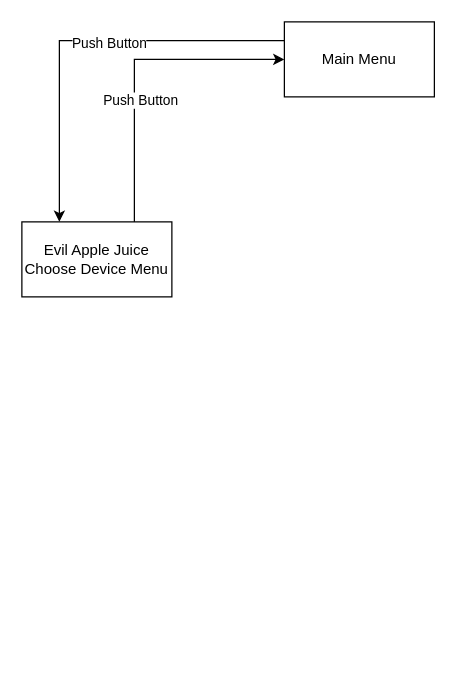
The draw.io diagram 未命名绘图.drawio in KILLERWHOPPER/CyberSaber, before the edit. Source tidied: cells renumbered, new cells numbered last; positions are measured from the earlier drawing's top-left corner, leaving out a move shared by most shapes. Both pictures are drawn from the tidied source at 125%, with x=0, y=0 at pixel (21, 21).
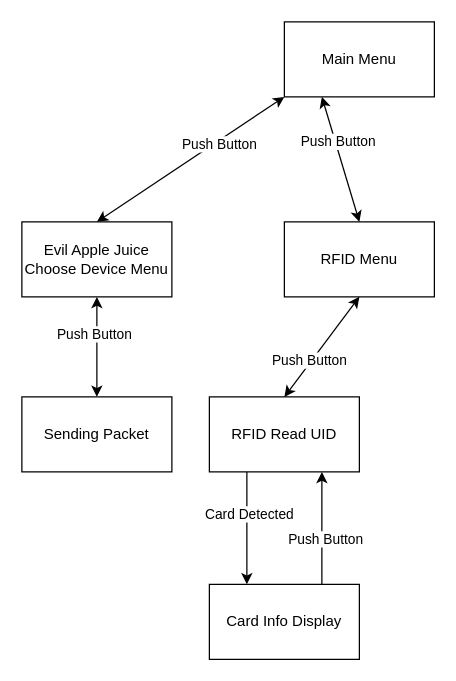
The same page after the edit.

Unchanged cells that the change refers to:
```xml
<mxCell id="4" value="Main Menu" style="rounded=0;whiteSpace=wrap;html=1;" parent="1" vertex="1">
  <mxGeometry x="210" width="120" height="60" as="geometry" />
</mxCell>
```

Change to the diagram source:
```diff
@@
-    <mxCell id="2" style="edgeStyle=orthogonalEdgeStyle;rounded=0;jettySize=auto;html=1;exitX=0;exitY=0.25;exitDx=0;exitDy=0;entryX=0.25;entryY=0;entryDx=0;entryDy=0;" parent="1" edge="1" source="4" target="7">
-      <mxGeometry relative="1" as="geometry" />
-    </mxCell>
-    <mxCell id="3" value="Push Button" style="edgeLabel;html=1;align=center;verticalAlign=middle;" parent="2" vertex="1">
-      <mxGeometry x="-0.13" y="2" relative="1" as="geometry" />
-    </mxCell>
@@
+    <mxCell id="7" value="Evil Apple Juice&lt;br&gt;Choose Device Menu" style="rounded=0;whiteSpace=wrap;html=1;" parent="1" vertex="1">
+      <mxGeometry y="160" width="120" height="60" as="geometry" />
+    </mxCell>
+    <mxCell id="8" value="Sending Packet" style="rounded=0;whiteSpace=wrap;html=1;" parent="1" vertex="1">
+      <mxGeometry y="300" width="120" height="60" as="geometry" />
+    </mxCell>
+    <mxCell id="9" value="RFID Menu" style="rounded=0;whiteSpace=wrap;html=1;" parent="1" vertex="1">
+      <mxGeometry x="210" y="160" width="120" height="60" as="geometry" />
+    </mxCell>
-    <mxCell id="5" style="edgeStyle=orthogonalEdgeStyle;rounded=0;jettySize=auto;html=1;exitX=0.75;exitY=0;exitDx=0;exitDy=0;entryX=0;entryY=0.5;entryDx=0;entryDy=0;" parent="1" edge="1" source="7" target="4">
+    <mxCell id="5" style="endArrow=classic;startArrow=classic;html=1;rounded=0;exitX=0.5;exitY=0;exitDx=0;exitDy=0;entryX=0;entryY=1;entryDx=0;entryDy=0;" parent="1" edge="1" source="7" target="4">
       <mxGeometry relative="1" as="geometry" />
     </mxCell>
-    <mxCell id="6" value="Push Button" style="edgeLabel;html=1;align=center;verticalAlign=middle;" parent="5" vertex="1">
-      <mxGeometry x="-0.22" y="-4" relative="1" as="geometry" />
-    </mxCell>
-    <mxCell id="7" value="Evil Apple Juice&lt;br&gt;Choose Device Menu" style="rounded=0;whiteSpace=wrap;html=1;" parent="1" vertex="1">
-      <mxGeometry y="160" width="120" height="60" as="geometry" />
-    </mxCell>
+    <mxCell id="10" value="Push Button" style="edgeLabel;html=1;align=center;verticalAlign=middle;" parent="5" vertex="1">
+      <mxGeometry x="0.29" y="-2" relative="1" as="geometry" />
+    </mxCell>
+    <mxCell id="11" style="endArrow=classic;startArrow=classic;html=1;rounded=0;entryX=0.5;entryY=1;entryDx=0;entryDy=0;" parent="1" edge="1" source="8" target="7">
+      <mxGeometry relative="1" as="geometry" />
+    </mxCell>
+    <mxCell id="12" value="Push Button" style="edgeLabel;html=1;align=center;verticalAlign=middle;" parent="11" vertex="1">
+      <mxGeometry x="0.28" y="3" relative="1" as="geometry" />
+    </mxCell>
+    <mxCell id="13" style="endArrow=classic;startArrow=classic;html=1;rounded=0;exitX=0.5;exitY=0;exitDx=0;exitDy=0;entryX=0.25;entryY=1;entryDx=0;entryDy=0;" parent="1" edge="1" source="9" target="4">
+      <mxGeometry relative="1" as="geometry" />
+    </mxCell>
+    <mxCell id="14" value="Push Button" style="edgeLabel;html=1;align=center;verticalAlign=middle;" parent="13" vertex="1">
+      <mxGeometry x="0.29" y="-2" relative="1" as="geometry" />
+    </mxCell>
+    <mxCell id="15" style="edgeStyle=orthogonalEdgeStyle;rounded=0;jettySize=auto;html=1;exitX=0.25;exitY=1;exitDx=0;exitDy=0;entryX=0.25;entryY=0;entryDx=0;entryDy=0;" parent="1" edge="1" source="17" target="22">
+      <mxGeometry relative="1" as="geometry" />
+    </mxCell>
+    <mxCell id="16" value="Card Detected" style="edgeLabel;html=1;align=center;verticalAlign=middle;" parent="15" vertex="1">
+      <mxGeometry x="-0.45" y="1" relative="1" as="geometry">
+        <mxPoint y="8" as="offset" />
+      </mxGeometry>
+    </mxCell>
+    <mxCell id="17" value="RFID Read UID" style="rounded=0;whiteSpace=wrap;html=1;" parent="1" vertex="1">
+      <mxGeometry x="150" y="300" width="120" height="60" as="geometry" />
+    </mxCell>
+    <mxCell id="18" style="endArrow=classic;startArrow=classic;html=1;rounded=0;exitX=0.5;exitY=1;exitDx=0;exitDy=0;entryX=0.5;entryY=0;entryDx=0;entryDy=0;" parent="1" edge="1" source="9" target="17">
+      <mxGeometry relative="1" as="geometry" />
+    </mxCell>
+    <mxCell id="19" value="Push Button" style="edgeLabel;html=1;align=center;verticalAlign=middle;" parent="18" vertex="1">
+      <mxGeometry x="0.29" y="-2" relative="1" as="geometry" />
+    </mxCell>
+    <mxCell id="20" style="edgeStyle=orthogonalEdgeStyle;rounded=0;jettySize=auto;html=1;exitX=0.75;exitY=0;exitDx=0;exitDy=0;entryX=0.75;entryY=1;entryDx=0;entryDy=0;" parent="1" edge="1" source="22" target="17">
+      <mxGeometry relative="1" as="geometry" />
+    </mxCell>
+    <mxCell id="21" value="Push Button" style="edgeLabel;html=1;align=center;verticalAlign=middle;" parent="20" vertex="1">
+      <mxGeometry x="0.42" y="-2" relative="1" as="geometry">
+        <mxPoint y="27" as="offset" />
+      </mxGeometry>
+    </mxCell>
+    <mxCell id="22" value="Card Info Display" style="rounded=0;whiteSpace=wrap;html=1;" parent="1" vertex="1">
+      <mxGeometry x="150" y="450" width="120" height="60" as="geometry" />
+    </mxCell>
```
